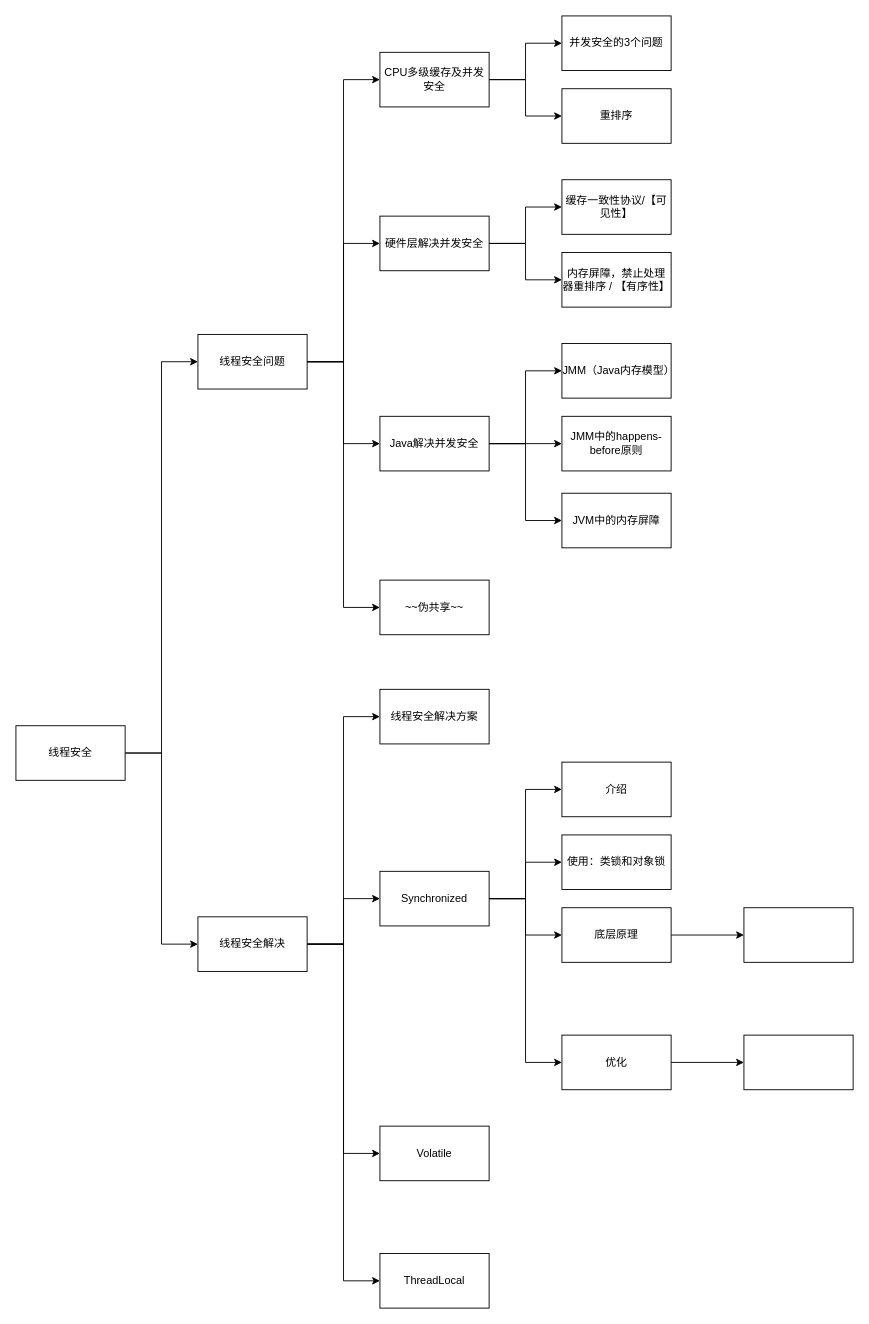
Before: images/draw/Concurrent.drawio in wt1814/wt1814.github.io, a draw.io diagram. Source tidied: cells renumbered, new cells numbered last; positions are measured from the earlier drawing's top-left corner, leaving out a move shared by most shapes. Both pictures are drawn from the tidied source at 91%, with x=0, y=0 at pixel (15, 15).
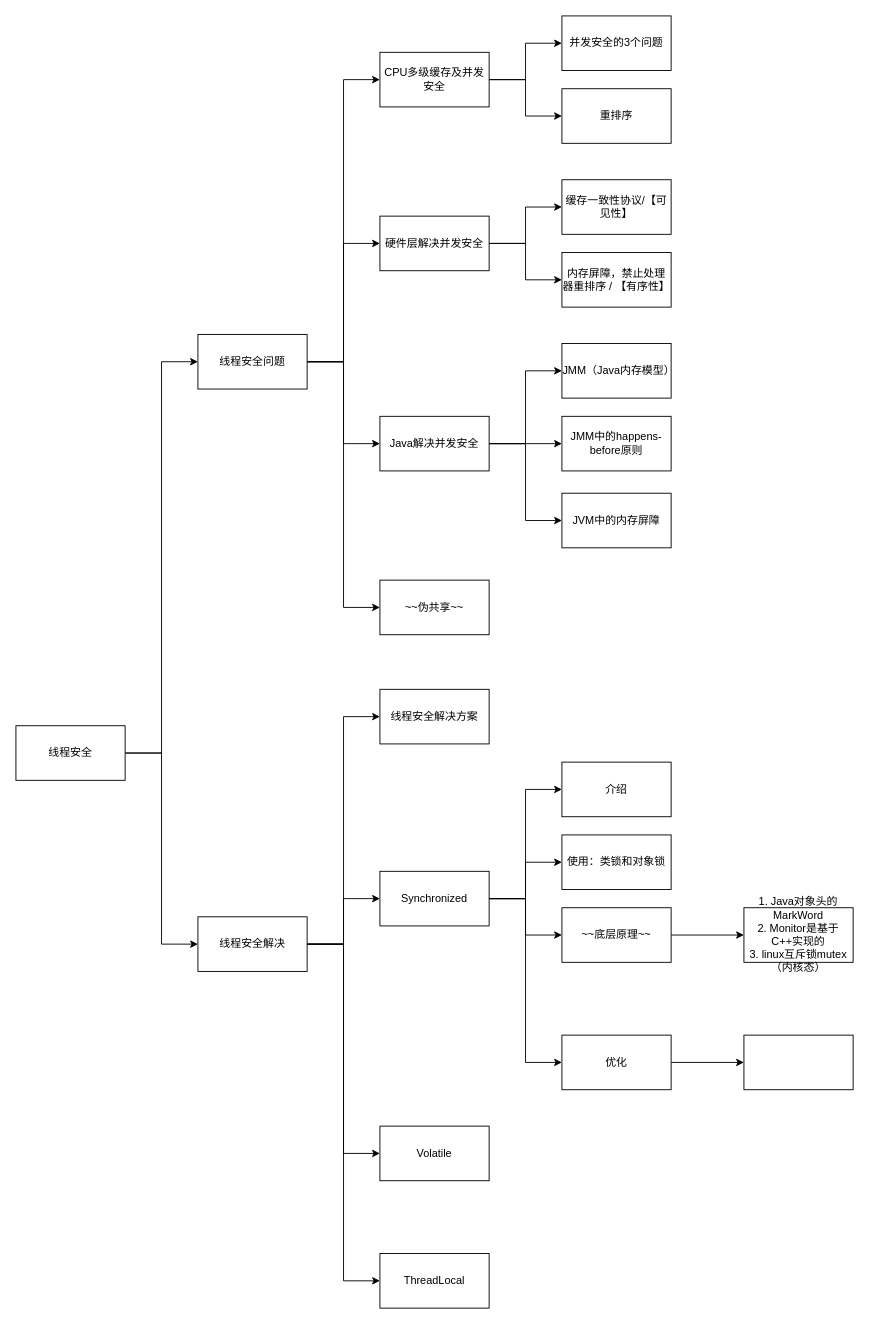
Above is the later version.

The edit, as a diff of the source:
```diff
@@
-    <mxCell id="46" value="底层原理" style="rounded=0;whiteSpace=wrap;html=1;" parent="1" vertex="1">
+    <mxCell id="46" value="~~底层原理~~" style="rounded=0;whiteSpace=wrap;html=1;" parent="1" vertex="1">
       <mxGeometry x="600" y="980" width="120" height="60" as="geometry" />
     </mxCell>
-    <mxCell id="47" style="rounded=0;whiteSpace=wrap;html=1;" parent="1" vertex="1">
+    <mxCell id="47" value="&lt;div&gt;1. Java对象头的MarkWord&lt;/div&gt;&lt;div&gt;2. Monitor是基于C++实现的&lt;/div&gt;&lt;div&gt;3. linux互斥锁mutex（内核态）&lt;/div&gt;" style="rounded=0;whiteSpace=wrap;html=1;" parent="1" vertex="1">
       <mxGeometry x="800" y="980" width="120" height="60" as="geometry" />
     </mxCell>
```
